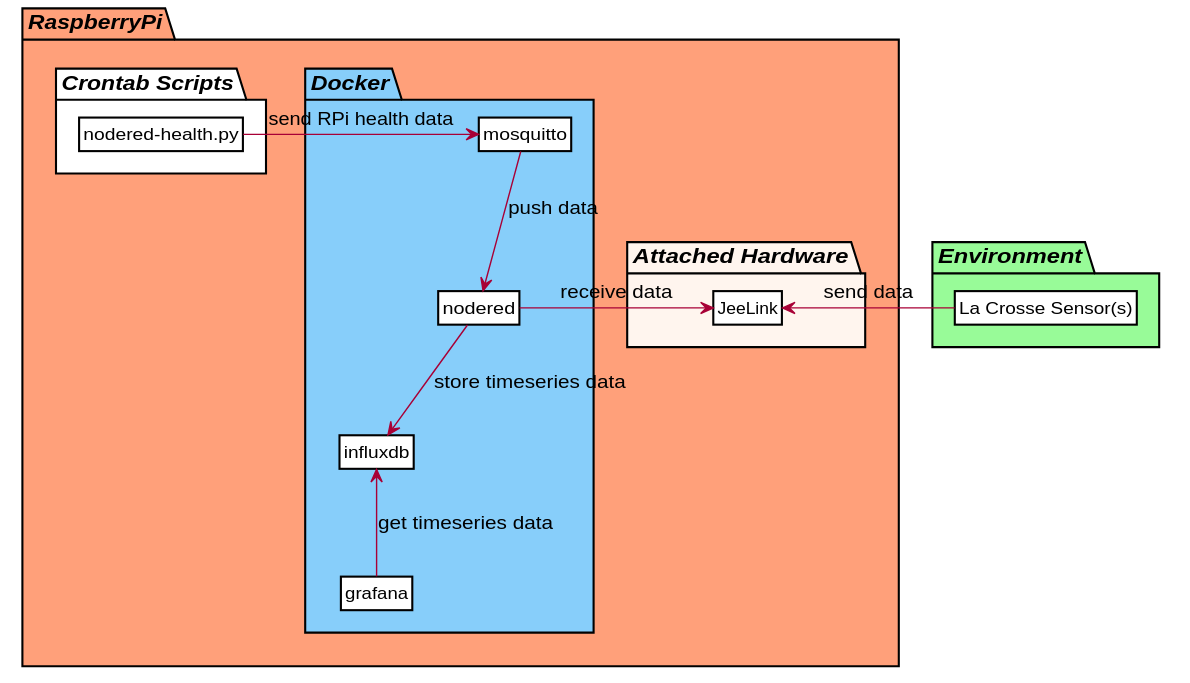
The PlantUML diagram overview.svg in dArignac/smarthome, before a commit.
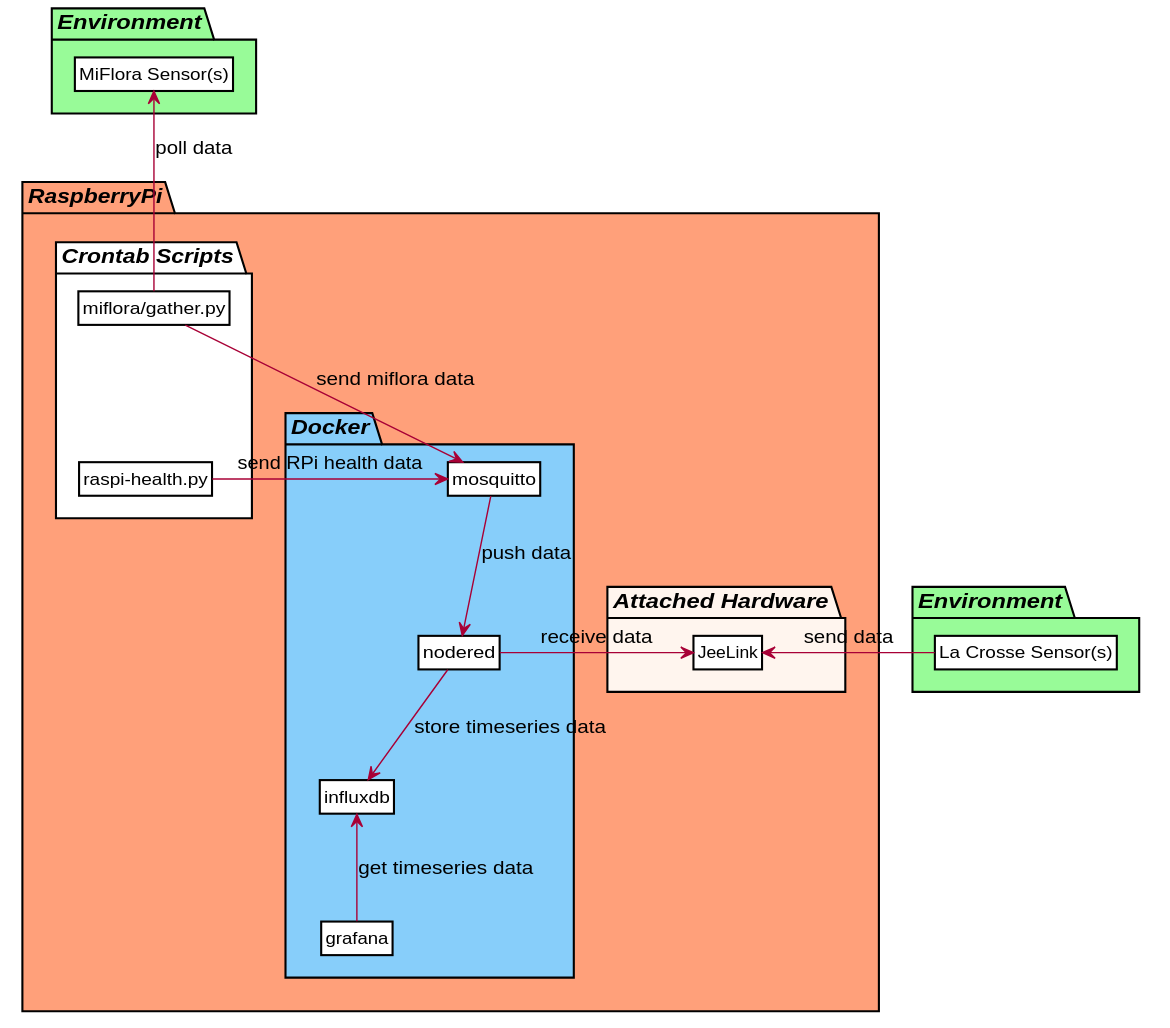
Later version of the same file.

What changed in the source:
```diff
@@ -21,8 +21,12 @@
 hide circle
 hide stereotype
 
-package Environment <<Environment>> {
-  class "La Crosse Sensor(s)" as lacrosse
+package "Environment" as E1 <<Environment>> {
+  class "La Crosse Sensor(s)" as sensorLacrosse
+}
+
+package "Environment" as E2 <<Environment>> {
+  class "MiFlora Sensor(s)" as sensorMiflora
 }
 
 package RaspberryPi <<RaspberryPi>> {
@@ -42,12 +46,17 @@
   }
 
   package "Crontab Scripts" {
-    class "nodered-health.py" as pihealth
+    class "raspi-health.py" as scriptRaspiHealth
+    class "miflora/gather.py" as scriptMiflora
+
+    scriptMiflora-down[hidden]-> scriptRaspiHealth
   }
 
-  pihealth -right-> mosquitto: send RPi health data
+  scriptRaspiHealth -right-> mosquitto: send RPi health data
 }
 
-lacrosse -left-> jeelink: send data
+sensorLacrosse -left-> jeelink: send data
 jeelink <-right- nodered: receive data
+sensorMiflora <-up- scriptMiflora: poll data
+scriptMiflora -right-> mosquitto: send miflora data
 @enduml
```
